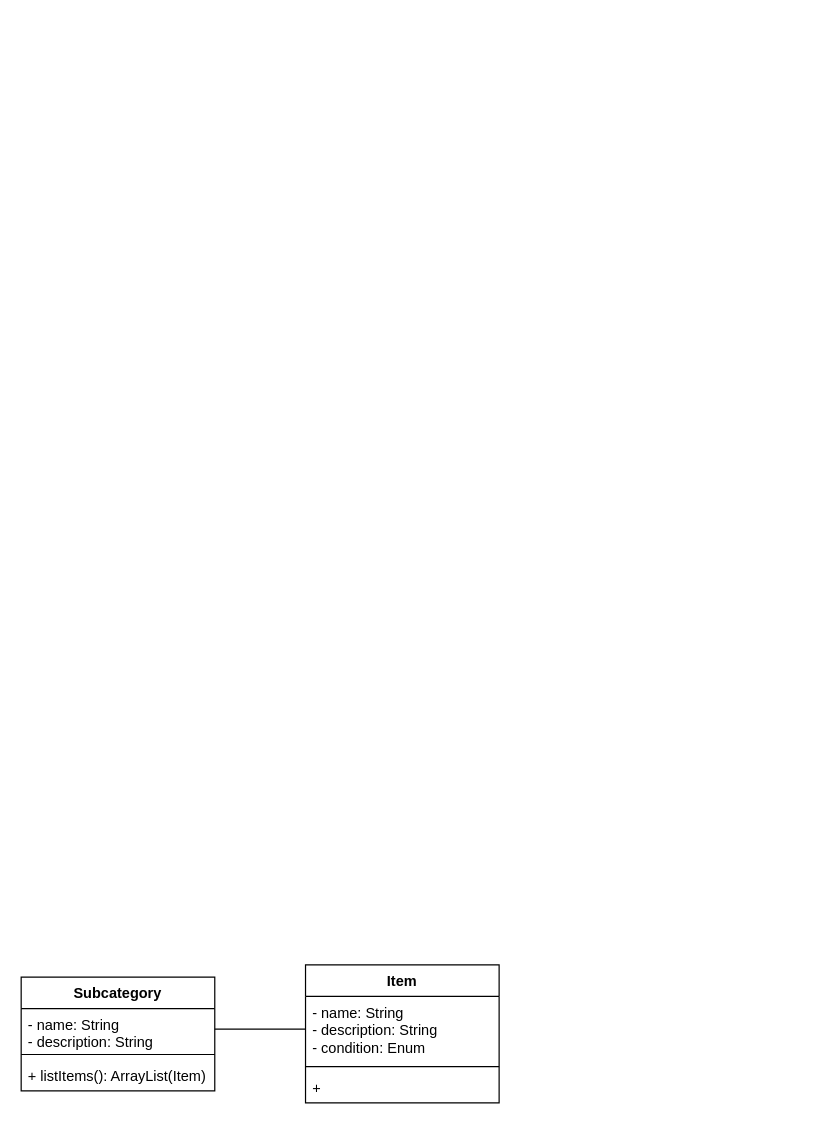
This is Workshop4.drawio from antonykimuom/SWEN30006-2025-SM1-workshop1-tuew05-14-00-team-12, a draw.io file, before an edit. Source tidied: cells renumbered, new cells numbered last; positions are measured from the earlier drawing's top-left corner, leaving out a move shared by most shapes. Both pictures are drawn from the tidied source at 121%, with x=0, y=0 at pixel (21, 964).
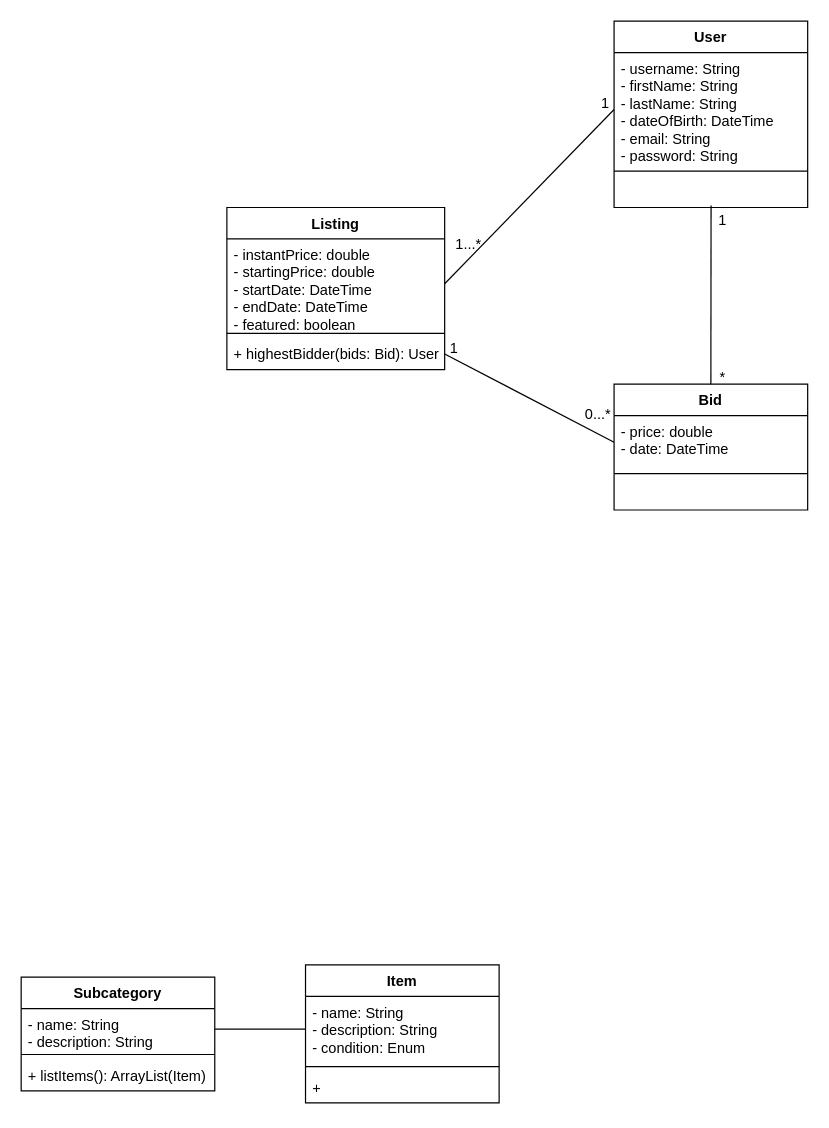
The same page after the edit.

Commit message:
question 1, exercise 1

What changed in the source:
```diff
@@
+    <mxCell id="11" value="Listing" style="swimlane;fontStyle=1;align=center;verticalAlign=top;horizontal=1;startSize=26;whiteSpace=wrap;html=1;" parent="1" vertex="1">
+      <mxGeometry x="170" y="-626" width="180" height="134" as="geometry" />
+    </mxCell>
+    <mxCell id="12" value="- instantPrice: double&lt;div&gt;- startingPrice: double&lt;/div&gt;&lt;div&gt;- startDate: DateTime&lt;/div&gt;&lt;div&gt;- endDate: DateTime&lt;/div&gt;&lt;div&gt;- featured: boolean&lt;/div&gt;" style="text;strokeColor=none;fillColor=none;align=left;verticalAlign=top;spacingLeft=4;spacingRight=4;overflow=hidden;points=[[0,0.5],[1,0.5]];portConstraint=eastwest;whiteSpace=wrap;html=1;" parent="11" vertex="1">
+      <mxGeometry y="26" width="180" height="74" as="geometry" />
+    </mxCell>
+    <mxCell id="13" style="line;strokeWidth=1;fillColor=none;align=left;verticalAlign=middle;spacingTop=-1;spacingLeft=3;spacingRight=3;labelPosition=right;strokeColor=inherit;" parent="11" vertex="1">
+      <mxGeometry y="100" width="180" height="8" as="geometry" />
+    </mxCell>
+    <mxCell id="14" value="+ highestBidder(bids: Bid): User" style="text;strokeColor=none;fillColor=none;align=left;verticalAlign=top;spacingLeft=4;spacingRight=4;overflow=hidden;points=[[0,0.5],[1,0.5]];portConstraint=eastwest;whiteSpace=wrap;html=1;" parent="11" vertex="1">
+      <mxGeometry y="108" width="180" height="26" as="geometry" />
+    </mxCell>
@@
+    <mxCell id="15" value="Bid" style="swimlane;fontStyle=1;align=center;verticalAlign=top;horizontal=1;startSize=26;whiteSpace=wrap;html=1;" parent="1" vertex="1">
+      <mxGeometry x="490" y="-480" width="160" height="104" as="geometry" />
+    </mxCell>
+    <mxCell id="16" value="- price: double&lt;div&gt;- date: DateTime&lt;/div&gt;" style="text;strokeColor=none;fillColor=none;align=left;verticalAlign=top;spacingLeft=4;spacingRight=4;overflow=hidden;points=[[0,0.5],[1,0.5]];portConstraint=eastwest;whiteSpace=wrap;html=1;" parent="15" vertex="1">
+      <mxGeometry y="26" width="160" height="44" as="geometry" />
+    </mxCell>
+    <mxCell id="17" style="line;strokeWidth=1;fillColor=none;align=left;verticalAlign=middle;spacingTop=-1;spacingLeft=3;spacingRight=3;labelPosition=right;strokeColor=inherit;" parent="15" vertex="1">
+      <mxGeometry y="70" width="160" height="8" as="geometry" />
+    </mxCell>
+    <mxCell id="18" value="&lt;br&gt;&lt;div&gt;&lt;br&gt;&lt;/div&gt;" style="text;strokeColor=none;fillColor=none;align=left;verticalAlign=top;spacingLeft=4;spacingRight=4;overflow=hidden;whiteSpace=wrap;html=1;" parent="15" vertex="1">
+      <mxGeometry y="78" width="160" height="26" as="geometry" />
+    </mxCell>
@@
+    <mxCell id="19" value="User" style="swimlane;fontStyle=1;align=center;verticalAlign=top;horizontal=1;startSize=26;whiteSpace=wrap;html=1;" parent="1" vertex="1">
+      <mxGeometry x="490" y="-780" width="160" height="154" as="geometry" />
+    </mxCell>
+    <mxCell id="20" value="- username: String&lt;div&gt;- firstName: String&lt;/div&gt;&lt;div&gt;- lastName: String&lt;/div&gt;&lt;div&gt;- dateOfBirth: DateTime&lt;/div&gt;&lt;div&gt;- email: String&lt;/div&gt;&lt;div&gt;- password: String&lt;/div&gt;&lt;div&gt;&lt;br&gt;&lt;/div&gt;" style="text;strokeColor=none;fillColor=none;align=left;verticalAlign=top;spacingLeft=4;spacingRight=4;overflow=hidden;points=[[0,0.5],[1,0.5]];portConstraint=eastwest;whiteSpace=wrap;html=1;" parent="19" vertex="1">
+      <mxGeometry y="26" width="160" height="94" as="geometry" />
+    </mxCell>
+    <mxCell id="21" style="line;strokeWidth=1;fillColor=none;align=left;verticalAlign=middle;spacingTop=-1;spacingLeft=3;spacingRight=3;labelPosition=right;strokeColor=inherit;" parent="19" vertex="1">
+      <mxGeometry y="120" width="160" height="8" as="geometry" />
+    </mxCell>
+    <mxCell id="22" value="&lt;br&gt;&lt;div&gt;&lt;br&gt;&lt;/div&gt;" style="text;strokeColor=none;fillColor=none;align=left;verticalAlign=top;spacingLeft=4;spacingRight=4;overflow=hidden;points=[[0,0.5],[1,0.5]];portConstraint=eastwest;whiteSpace=wrap;html=1;" parent="19" vertex="1">
+      <mxGeometry y="128" width="160" height="26" as="geometry" />
+    </mxCell>
@@
+    <mxCell id="23" style="group;" parent="1" vertex="1">
+      <mxGeometry x="328" y="-524" width="179" height="84" as="geometry" />
+    </mxCell>
+    <mxCell id="24" style="group;" parent="23" vertex="1">
+      <mxGeometry width="60" height="30" as="geometry" />
+    </mxCell>
+    <mxCell id="25" style="endArrow=none;html=1;rounded=0;entryX=1;entryY=0.5;entryDx=0;entryDy=0;exitX=0;exitY=0.5;exitDx=0;exitDy=0;" parent="24" edge="1" source="16" target="14">
+      <mxGeometry relative="1" as="geometry" />
+    </mxCell>
+    <mxCell id="26" value="1" style="text;html=1;align=center;verticalAlign=middle;whiteSpace=wrap;rounded=0;" parent="24" vertex="1">
+      <mxGeometry width="60" height="30" as="geometry" />
+    </mxCell>
+    <mxCell id="27" value="0...*" style="text;html=1;align=center;verticalAlign=middle;whiteSpace=wrap;rounded=0;" parent="23" vertex="1">
+      <mxGeometry x="119" y="54" width="60" height="30" as="geometry" />
+    </mxCell>
+    <mxCell id="28" style="group;" parent="1" vertex="1">
+      <mxGeometry x="550" y="-630" width="60" height="160" as="geometry" />
+    </mxCell>
+    <mxCell id="29" style="endArrow=none;html=1;rounded=0;entryX=0.5;entryY=0;entryDx=0;entryDy=0;exitX=0.501;exitY=0.939;exitDx=0;exitDy=0;exitPerimeter=0;" parent="28" edge="1" source="22" target="15">
+      <mxGeometry relative="1" as="geometry" />
+    </mxCell>
+    <mxCell id="30" value="1" style="text;html=1;align=center;verticalAlign=middle;whiteSpace=wrap;rounded=0;" parent="28" vertex="1">
+      <mxGeometry width="60" height="30" as="geometry" />
+    </mxCell>
+    <mxCell id="31" value="*" style="text;html=1;align=center;verticalAlign=middle;whiteSpace=wrap;rounded=0;" parent="28" vertex="1">
+      <mxGeometry y="130" width="60" height="30" as="geometry" />
+    </mxCell>
+    <mxCell id="32" style="group;" parent="1" vertex="1">
+      <mxGeometry x="340" y="-727" width="173" height="147" as="geometry" />
+    </mxCell>
+    <mxCell id="33" style="endArrow=none;html=1;rounded=0;exitX=1;exitY=0.5;exitDx=0;exitDy=0;entryX=0;entryY=0.5;entryDx=0;entryDy=0;" parent="32" edge="1" source="12" target="20">
+      <mxGeometry relative="1" as="geometry" />
+    </mxCell>
+    <mxCell id="34" value="1" style="text;html=1;align=center;verticalAlign=middle;whiteSpace=wrap;rounded=0;" parent="32" vertex="1">
+      <mxGeometry x="113" width="60" height="30" as="geometry" />
+    </mxCell>
+    <mxCell id="35" value="1...*" style="text;html=1;align=center;verticalAlign=middle;whiteSpace=wrap;rounded=0;" parent="32" vertex="1">
+      <mxGeometry y="117" width="60" height="30" as="geometry" />
+    </mxCell>
```
